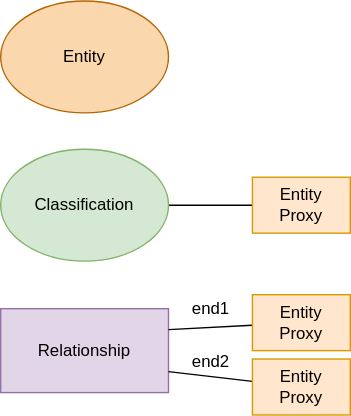
This is site/docs/concepts/open-metadata-instances-graph-fragments.svg from odpi/egeria-docs, a draw.io export, as it was before one commit. Source tidied: cells renumbered, new cells last; positions are measured from the earlier drawing's top-left corner, leaving out a move shared by most shapes.
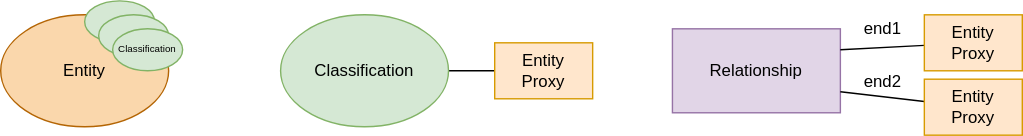
Later version of the same file.

Change to the diagram source:
```diff
@@ -6,13 +6,13 @@
       <mxGeometry relative="1" as="geometry" />
     </mxCell>
     <mxCell id="3" value="Classification&lt;br&gt;" style="ellipse;whiteSpace=wrap;html=1;fillColor=#d5e8d4;strokeColor=#82b366;" parent="1" vertex="1">
-      <mxGeometry y="106" width="120" height="80" as="geometry" />
+      <mxGeometry x="-280" y="210" width="120" height="80" as="geometry" />
     </mxCell>
     <mxCell id="4" value="Entity&lt;br&gt;Proxy" style="rounded=0;whiteSpace=wrap;html=1;fillColor=#ffe6cc;strokeColor=#d79b00;" parent="1" vertex="1">
-      <mxGeometry x="180" y="126" width="70" height="40" as="geometry" />
+      <mxGeometry x="-127" y="230" width="70" height="40" as="geometry" />
     </mxCell>
     <mxCell id="5" value="Entity" style="ellipse;whiteSpace=wrap;html=1;fillColor=#fad7ac;strokeColor=#b46504;" parent="1" vertex="1">
-      <mxGeometry width="120" height="80" as="geometry" />
+      <mxGeometry x="-480" y="210" width="120" height="80" as="geometry" />
     </mxCell>
     <mxCell id="6" value="Relationship" style="rounded=0;whiteSpace=wrap;html=1;fillColor=#e1d5e7;strokeColor=#9673a6;" parent="1" vertex="1">
       <mxGeometry y="220" width="120" height="60" as="geometry" />
@@ -35,5 +35,14 @@
     <mxCell id="12" value="end2" style="text;html=1;align=center;verticalAlign=middle;" parent="1" vertex="1">
       <mxGeometry x="130" y="248" width="40" height="20" as="geometry" />
     </mxCell>
+    <mxCell id="13" style="ellipse;whiteSpace=wrap;html=1;fillColor=#d5e8d4;strokeColor=#82b366;" parent="1" vertex="1">
+      <mxGeometry x="-420" y="200" width="50" height="30" as="geometry" />
+    </mxCell>
+    <mxCell id="14" style="ellipse;whiteSpace=wrap;html=1;fillColor=#d5e8d4;strokeColor=#82b366;" parent="1" vertex="1">
+      <mxGeometry x="-410" y="210" width="50" height="30" as="geometry" />
+    </mxCell>
+    <mxCell id="15" value="Classification" style="ellipse;whiteSpace=wrap;html=1;fillColor=#d5e8d4;strokeColor=#82b366;fontSize=7;" parent="1" vertex="1">
+      <mxGeometry x="-400" y="220" width="50" height="30" as="geometry" />
+    </mxCell>
   </root>
 </mxGraphModel>
```
